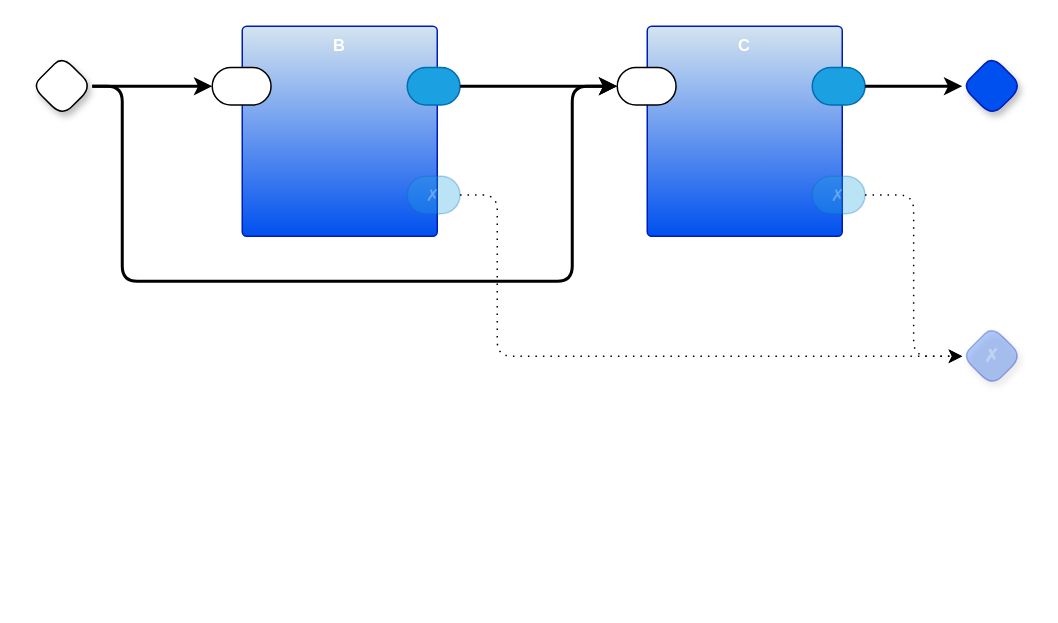
The draw.io diagram crs.drawio in guitarvydas/crs, before the edit. Source tidied: cells renumbered, new cells numbered last; positions are measured from the earlier drawing's top-left corner, leaving out a move shared by most shapes. Both pictures are drawn from the tidied source at 150%, with x=0, y=0 at pixel (32, 26).
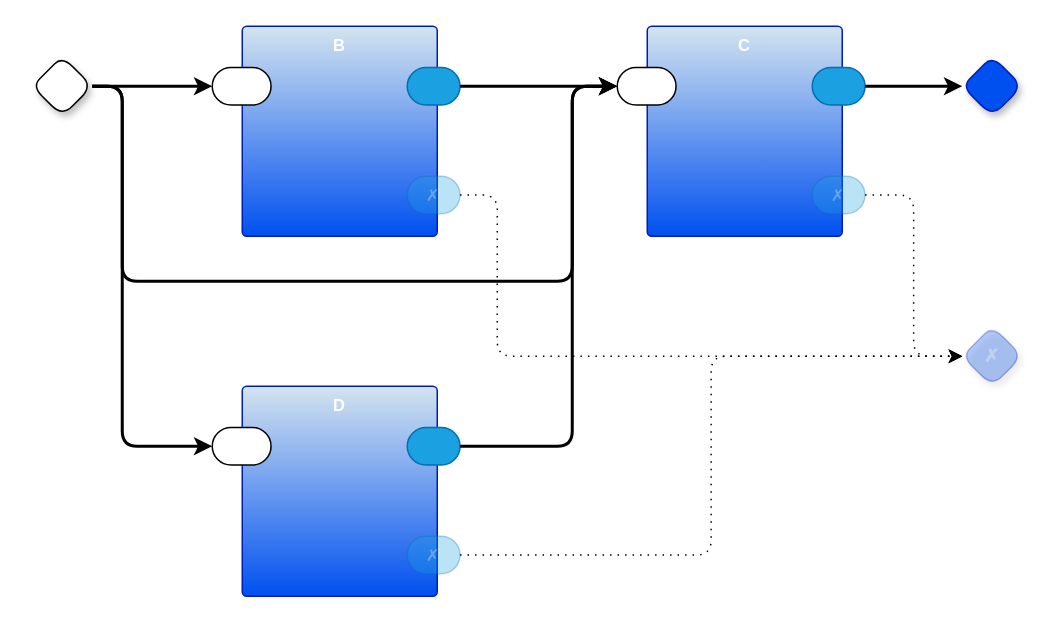
The same page after the edit.

Unchanged cells that the change refers to:
```xml
<mxCell id="7" style="rounded=1;whiteSpace=wrap;html=1;sketch=0;points=[[0,0.5,0,0,0],[1,0.5,0,0,0]];arcSize=50;fontFamily=Helvetica;fontSize=11;fontColor=default;" parent="6" vertex="1">
  <mxGeometry x="-20" y="27.5" width="39.2" height="25" as="geometry" />
</mxCell>
<mxCell id="11" value="✗" style="rhombus;whiteSpace=wrap;html=1;rounded=1;fillColor=#0050ef;fontColor=#ffffff;strokeColor=#001DBC;fontStyle=1;glass=0;sketch=0;fontSize=12;points=[[0,0.5,0,0,0],[0.5,0,0,0,0],[0.5,1,0,0,0],[1,0.5,0,0,0]];shadow=1;fontFamily=Helvetica;opacity=30;textOpacity=30;" parent="1" vertex="1">
  <mxGeometry x="620" y="200" width="40" height="40" as="geometry" />
</mxCell>
<mxCell id="15" style="rhombus;whiteSpace=wrap;html=1;rounded=1;fontStyle=1;glass=0;sketch=0;fontSize=12;points=[[0,0.5,0,0,0],[0.5,0,0,0,0],[0.5,1,0,0,0],[1,0.5,0,0,0]];shadow=1;fontFamily=Helvetica;fontColor=default;" parent="1" vertex="1">
  <mxGeometry y="20" width="40" height="40" as="geometry" />
</mxCell>
```

What changed in the source:
```diff
@@
+    <mxCell id="19" value="D" style="rounded=1;whiteSpace=wrap;html=1;sketch=0;verticalAlign=top;arcSize=6;fontStyle=1;absoluteArcSize=1;shadow=0;strokeColor=#001DBC;fillColor=#D4E4EF;fontColor=#ffffff;fontFamily=Helvetica;fontSize=11;gradientColor=#0050EF;" parent="1" vertex="1">
+      <mxGeometry x="140" y="240" width="130" height="140" as="geometry" />
+    </mxCell>
+    <mxCell id="20" style="rounded=1;whiteSpace=wrap;html=1;sketch=0;points=[[0,0.5,0,0,0],[1,0.5,0,0,0]];arcSize=50;fontFamily=Helvetica;fontSize=11;fontColor=default;" parent="19" vertex="1">
+      <mxGeometry x="-20" y="27.5" width="39.2" height="25" as="geometry" />
+    </mxCell>
+    <mxCell id="21" style="rounded=1;whiteSpace=wrap;html=1;sketch=0;points=[[0,0.5,0,0,0],[1,0.5,0,0,0]];fillColor=#1ba1e2;fontColor=#ffffff;strokeColor=#006EAF;arcSize=50;fontFamily=Helvetica;fontSize=11;" parent="19" vertex="1">
+      <mxGeometry x="110" y="27.5" width="35.2" height="25" as="geometry" />
+    </mxCell>
+    <mxCell id="22" value="✗" style="rounded=1;whiteSpace=wrap;html=1;sketch=0;points=[[0,0.5,0,0,0],[1,0.5,0,0,0]];fillColor=#1ba1e2;fontColor=#ffffff;strokeColor=#006EAF;arcSize=50;fontFamily=Helvetica;fontSize=11;textOpacity=30;opacity=30;" parent="19" vertex="1">
+      <mxGeometry x="110" y="100" width="35.2" height="25" as="geometry" />
+    </mxCell>
+    <mxCell id="23" style="edgeStyle=orthogonalEdgeStyle;rounded=1;jettySize=auto;html=1;exitX=1;exitY=0.5;exitDx=0;exitDy=0;exitPerimeter=0;entryX=0;entryY=0.5;entryDx=0;entryDy=0;entryPerimeter=0;curved=0;dashed=1;dashPattern=1 4;" parent="1" edge="1" source="22" target="11">
+      <mxGeometry relative="1" as="geometry" />
+    </mxCell>
+    <mxCell id="24" style="edgeStyle=orthogonalEdgeStyle;rounded=1;jettySize=auto;html=1;exitX=1;exitY=0.5;exitDx=0;exitDy=0;exitPerimeter=0;entryX=0;entryY=0.5;entryDx=0;entryDy=0;entryPerimeter=0;curved=0;strokeWidth=2;" parent="1" edge="1" source="21" target="7">
+      <mxGeometry relative="1" as="geometry">
+        <Array as="points">
+          <mxPoint x="360" y="280" />
+          <mxPoint x="360" y="40" />
+        </Array>
+      </mxGeometry>
+    </mxCell>
+    <mxCell id="25" style="edgeStyle=orthogonalEdgeStyle;rounded=1;jettySize=auto;html=1;exitX=1;exitY=0.5;exitDx=0;exitDy=0;exitPerimeter=0;entryX=0;entryY=0.5;entryDx=0;entryDy=0;entryPerimeter=0;curved=0;strokeWidth=2;" parent="1" edge="1" source="15" target="20">
+      <mxGeometry relative="1" as="geometry">
+        <Array as="points">
+          <mxPoint x="60" y="40" />
+          <mxPoint x="60" y="280" />
+        </Array>
+      </mxGeometry>
+    </mxCell>
```
